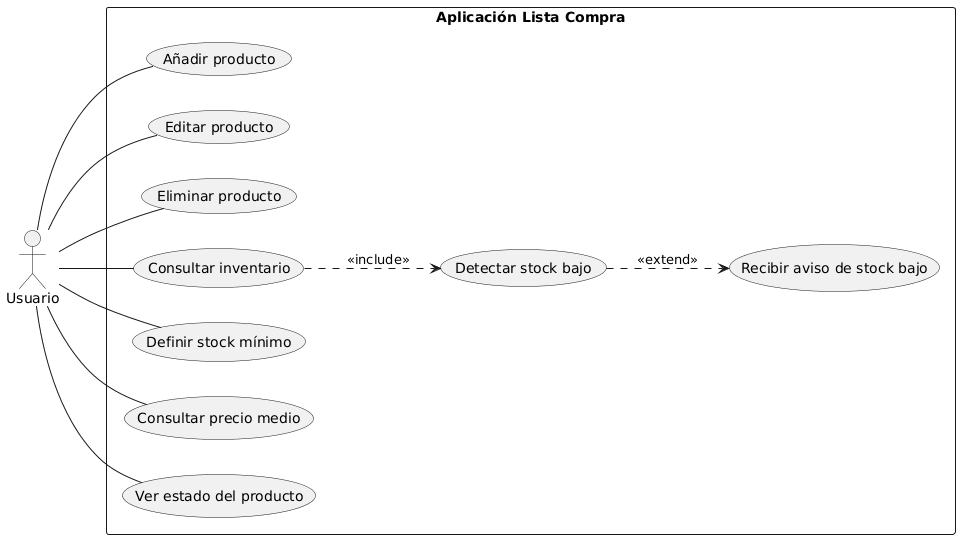
abeltran10/lista_compra keeps this PlantUML diagram as src/main/resources/com/abeltran10/lista_compra/uml/diagrama_casos_uso.png. Above is the earlier version.
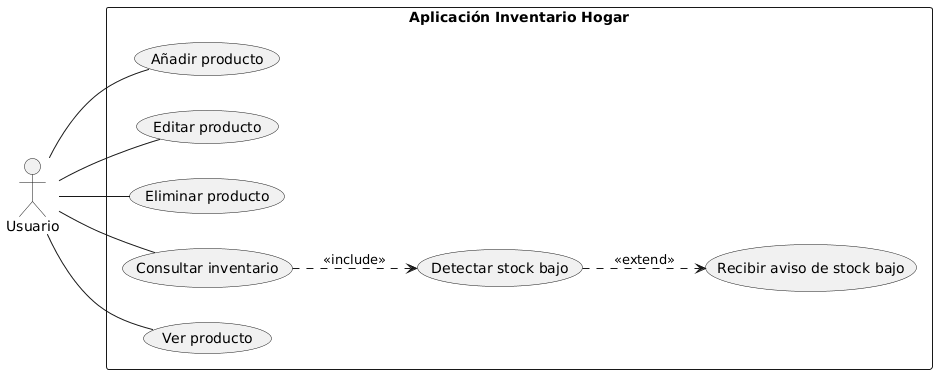
Later version of the same file.

Commit message:
Editado diagrama de casos de uso

The edit, as a diff of the source:
```diff
@@ -3,19 +3,16 @@
 
 actor Usuario
 
-rectangle "Aplicación Lista Compra" {
+rectangle "Aplicación Inventario Hogar" {
 
     Usuario -- (Añadir producto)
     Usuario -- (Editar producto)
     Usuario -- (Eliminar producto)
     Usuario -- (Consultar inventario)
 
-    Usuario -- (Definir stock mínimo)
-
     (Consultar inventario) ..> (Detectar stock bajo) : <<include>>
     (Detectar stock bajo) ..> (Recibir aviso de stock bajo) : <<extend>>
 
-    Usuario -- (Consultar precio medio)
-    Usuario -- (Ver estado del producto)
+    Usuario -- (Ver producto)
 }
 @enduml
```
